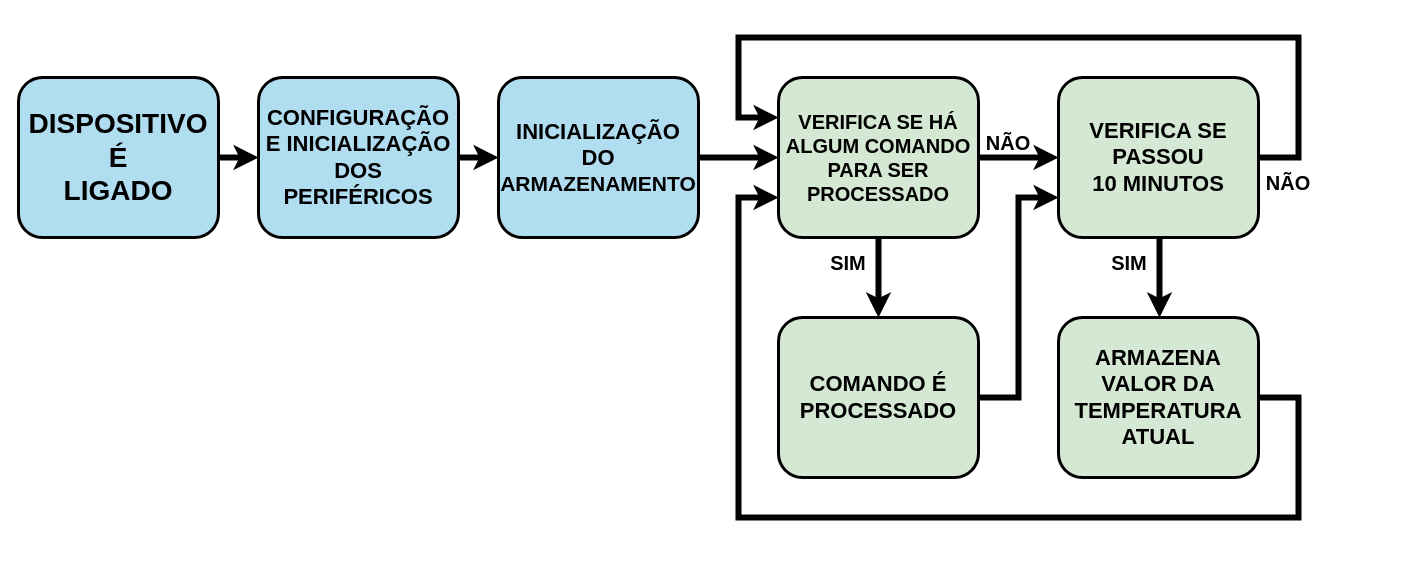
Earlier version of the draw.io diagram Imagens/fluxo_cod.drawio (slemanz/tcc-folder). Source tidied: cells renumbered, new cells numbered last; positions are measured from the earlier drawing's top-left corner, leaving out a move shared by most shapes. Both pictures are drawn from the tidied source at 100%, with x=0, y=0 at pixel (18, 37).
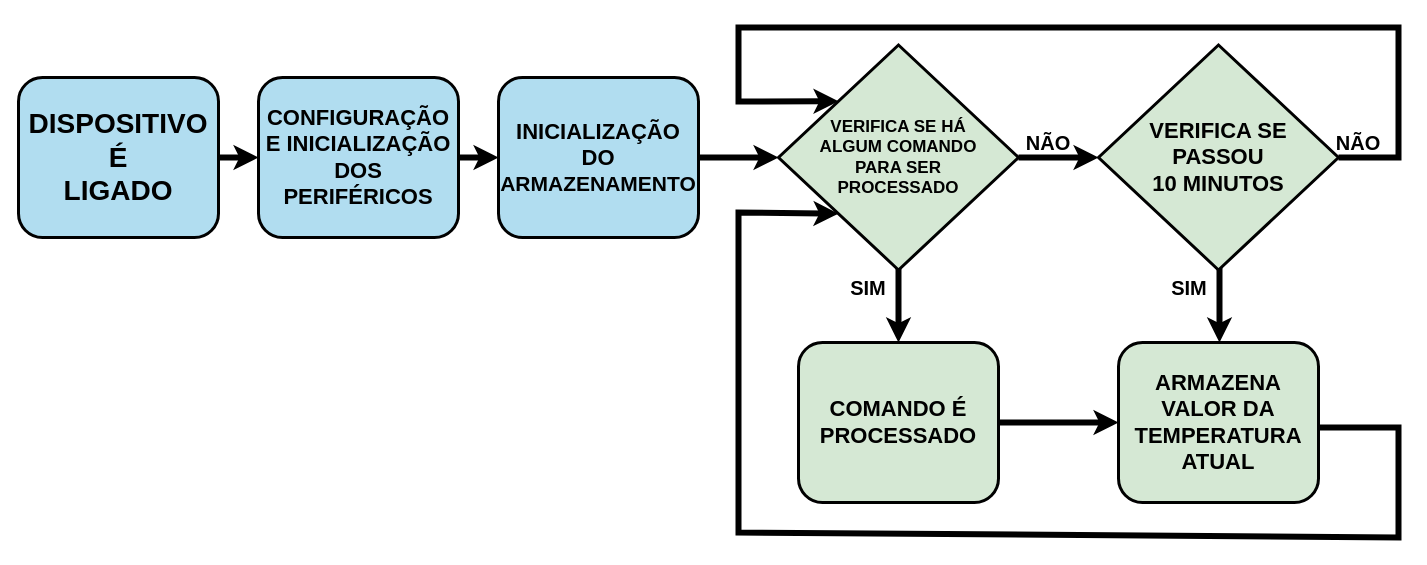
After the change.

Commit message (it also covers changes not shown here):
add fluxo cod 2

Unchanged cells that the change refers to:
```xml
<mxCell id="5" value="&lt;b style=&quot;&quot;&gt;&lt;font style=&quot;font-size: 22px;&quot;&gt;INICIALIZAÇÃO&lt;/font&gt;&lt;/b&gt;&lt;div&gt;&lt;b style=&quot;&quot;&gt;&lt;font style=&quot;font-size: 22px;&quot;&gt;DO &lt;/font&gt;&lt;font style=&quot;font-size: 21px;&quot;&gt;ARMAZENAMENTO&lt;/font&gt;&lt;/b&gt;&lt;/div&gt;" style="rounded=1;whiteSpace=wrap;html=1;fillColor=#b1ddf0;strokeColor=#000000;strokeWidth=3;" parent="1" vertex="1">
  <mxGeometry x="480" y="40" width="200" height="160" as="geometry" />
</mxCell>
```

Diff of the diagram source:
```diff
@@
-    <mxCell id="6" value="&lt;b style=&quot;&quot;&gt;&lt;font style=&quot;font-size: 20px;&quot;&gt;VERIFICA SE HÁ&lt;/font&gt;&lt;/b&gt;&lt;div&gt;&lt;b&gt;&lt;font style=&quot;font-size: 20px;&quot;&gt;ALGUM COMANDO&lt;/font&gt;&lt;/b&gt;&lt;/div&gt;&lt;div&gt;&lt;b style=&quot;&quot;&gt;&lt;font style=&quot;font-size: 20px;&quot;&gt;PARA SER PROCESSADO&lt;/font&gt;&lt;/b&gt;&lt;/div&gt;" style="rounded=1;whiteSpace=wrap;html=1;fillColor=#d5e8d4;strokeColor=#000000;strokeWidth=3;" parent="1" vertex="1">
-      <mxGeometry x="760" y="40" width="200" height="160" as="geometry" />
-    </mxCell>
@@
-    <mxCell id="8" value="&lt;b style=&quot;&quot;&gt;&lt;font style=&quot;font-size: 22px;&quot;&gt;VERIFICA SE PASSOU&lt;/font&gt;&lt;/b&gt;&lt;div&gt;&lt;b style=&quot;&quot;&gt;&lt;font style=&quot;font-size: 22px;&quot;&gt;10 MINUTOS&lt;/font&gt;&lt;/b&gt;&lt;/div&gt;" style="rounded=1;whiteSpace=wrap;html=1;fillColor=#d5e8d4;strokeColor=#000000;strokeWidth=3;" parent="1" vertex="1">
-      <mxGeometry x="1040" y="40" width="200" height="160" as="geometry" />
-    </mxCell>
     <mxCell id="9" value="&lt;span style=&quot;font-size: 22px;&quot;&gt;&lt;b&gt;COMANDO É&lt;/b&gt;&lt;/span&gt;&lt;div&gt;&lt;span style=&quot;font-size: 22px;&quot;&gt;&lt;b&gt;PROCESSADO&lt;/b&gt;&lt;/span&gt;&lt;/div&gt;" style="rounded=1;whiteSpace=wrap;html=1;fillColor=#d5e8d4;strokeColor=#000000;strokeWidth=3;" parent="1" vertex="1">
-      <mxGeometry x="760" y="280" width="200" height="160" as="geometry" />
+      <mxGeometry x="780" y="305" width="200" height="160" as="geometry" />
     </mxCell>
     <mxCell id="10" value="&lt;span style=&quot;font-size: 22px;&quot;&gt;&lt;b&gt;ARMAZENA&lt;/b&gt;&lt;/span&gt;&lt;div&gt;&lt;span style=&quot;font-size: 22px;&quot;&gt;&lt;b&gt;VALOR DA TEMPERATURA ATUAL&lt;/b&gt;&lt;/span&gt;&lt;/div&gt;" style="rounded=1;whiteSpace=wrap;html=1;fillColor=#d5e8d4;strokeColor=#000000;strokeWidth=3;" parent="1" vertex="1">
-      <mxGeometry x="1040" y="280" width="200" height="160" as="geometry" />
+      <mxGeometry x="1100" y="305" width="200" height="160" as="geometry" />
     </mxCell>
-    <mxCell id="11" style="endArrow=classic;html=1;rounded=0;exitX=1;exitY=0.5;exitDx=0;exitDy=0;entryX=0;entryY=0.5;entryDx=0;entryDy=0;endFill=1;strokeWidth=6;" parent="1" edge="1" source="5" target="6">
-      <mxGeometry relative="1" as="geometry" />
+    <mxCell id="11" style="endArrow=classic;html=1;rounded=0;exitX=1;exitY=0.5;exitDx=0;exitDy=0;entryX=0;entryY=0.5;entryDx=0;entryDy=0;endFill=1;strokeWidth=6;" parent="1" edge="1" source="5">
+      <mxGeometry relative="1" as="geometry">
+        <mxPoint x="760" y="120" as="targetPoint" />
+      </mxGeometry>
     </mxCell>
-    <mxCell id="12" style="endArrow=classic;html=1;rounded=0;exitX=0.5;exitY=1;exitDx=0;exitDy=0;entryX=0.5;entryY=0;entryDx=0;entryDy=0;endFill=1;strokeWidth=6;" parent="1" edge="1" source="6" target="9">
-      <mxGeometry relative="1" as="geometry" />
+    <mxCell id="12" style="endArrow=classic;html=1;rounded=0;exitX=0.5;exitY=1;exitDx=0;exitDy=0;entryX=0.5;entryY=0;entryDx=0;entryDy=0;endFill=1;strokeWidth=6;" parent="1" edge="1" target="9">
+      <mxGeometry relative="1" as="geometry">
+        <mxPoint x="880" y="225" as="sourcePoint" />
+      </mxGeometry>
     </mxCell>
-    <mxCell id="13" style="endArrow=classic;html=1;rounded=0;exitX=1;exitY=0.5;exitDx=0;exitDy=0;entryX=0;entryY=0.5;entryDx=0;entryDy=0;endFill=1;strokeWidth=6;" parent="1" edge="1" source="6" target="8">
-      <mxGeometry relative="1" as="geometry" />
+    <mxCell id="13" style="endArrow=classic;html=1;rounded=0;exitX=1;exitY=0.5;exitDx=0;exitDy=0;entryX=0;entryY=0.5;entryDx=0;entryDy=0;endFill=1;strokeWidth=6;" parent="1" edge="1" target="8">
+      <mxGeometry relative="1" as="geometry">
+        <mxPoint x="1000" y="120" as="sourcePoint" />
+      </mxGeometry>
     </mxCell>
     <mxCell id="14" value="&lt;b&gt;&lt;font style=&quot;font-size: 20px;&quot;&gt;SIM&lt;/font&gt;&lt;/b&gt;" style="text;html=1;align=center;verticalAlign=middle;whiteSpace=wrap;rounded=0;" parent="1" vertex="1">
-      <mxGeometry x="800" y="210" width="60" height="30" as="geometry" />
+      <mxGeometry x="820" y="235" width="60" height="30" as="geometry" />
     </mxCell>
     <mxCell id="15" value="&lt;b&gt;&lt;font style=&quot;font-size: 20px;&quot;&gt;NÃO&lt;/font&gt;&lt;/b&gt;" style="text;html=1;align=center;verticalAlign=middle;whiteSpace=wrap;rounded=0;" parent="1" vertex="1">
-      <mxGeometry x="960" y="90" width="60" height="30" as="geometry" />
+      <mxGeometry x="1000" y="90" width="60" height="30" as="geometry" />
     </mxCell>
@@
     <mxCell id="17" style="endArrow=classic;html=1;rounded=0;exitX=0.5;exitY=1;exitDx=0;exitDy=0;entryX=0.5;entryY=0;entryDx=0;entryDy=0;endFill=1;strokeWidth=6;" parent="1" edge="1">
       <mxGeometry relative="1" as="geometry">
-        <mxPoint x="1141" y="200" as="sourcePoint" />
-        <mxPoint x="1141" y="280" as="targetPoint" />
+        <mxPoint x="1201" y="225" as="sourcePoint" />
+        <mxPoint x="1201" y="305" as="targetPoint" />
       </mxGeometry>
     </mxCell>
     <mxCell id="18" value="&lt;b&gt;&lt;font style=&quot;font-size: 20px;&quot;&gt;SIM&lt;/font&gt;&lt;/b&gt;" style="text;html=1;align=center;verticalAlign=middle;whiteSpace=wrap;rounded=0;" parent="1" vertex="1">
-      <mxGeometry x="1081" y="210" width="60" height="30" as="geometry" />
+      <mxGeometry x="1141" y="235" width="60" height="30" as="geometry" />
     </mxCell>
-    <mxCell id="19" style="endArrow=classic;html=1;rounded=0;exitX=1;exitY=0.5;exitDx=0;exitDy=0;endFill=1;strokeWidth=6;entryX=0;entryY=0.75;entryDx=0;entryDy=0;" parent="1" edge="1" source="9" target="8">
-      <mxGeometry relative="1" as="geometry">
-        <Array as="points">
-          <mxPoint x="1000" y="360" />
-          <mxPoint x="1000" y="160" />
-        </Array>
-      </mxGeometry>
+    <mxCell id="19" style="endArrow=classic;html=1;rounded=0;exitX=1;exitY=0.5;exitDx=0;exitDy=0;endFill=1;strokeWidth=6;entryX=0;entryY=0.5;entryDx=0;entryDy=0;" parent="1" edge="1" source="9" target="10">
+      <mxGeometry relative="1" as="geometry" />
     </mxCell>
-    <mxCell id="20" style="endArrow=classic;html=1;rounded=0;exitX=1;exitY=0.5;exitDx=0;exitDy=0;endFill=1;strokeWidth=6;entryX=0;entryY=0.75;entryDx=0;entryDy=0;" parent="1" edge="1" source="10" target="6">
+    <mxCell id="20" style="endArrow=classic;html=1;rounded=0;endFill=1;strokeWidth=6;entryX=0;entryY=1;entryDx=0;entryDy=0;" parent="1" edge="1" target="6">
       <mxGeometry relative="1" as="geometry">
+        <mxPoint x="1330" y="390" as="sourcePoint" />
         <Array as="points">
-          <mxPoint x="1280" y="360" />
-          <mxPoint x="1280" y="480" />
-          <mxPoint x="720" y="480" />
-          <mxPoint x="720" y="160" />
+          <mxPoint x="1300" y="390" />
+          <mxPoint x="1380" y="390" />
+          <mxPoint x="1380" y="500" />
+          <mxPoint x="720" y="495" />
+          <mxPoint x="720" y="175" />
         </Array>
       </mxGeometry>
     </mxCell>
-    <mxCell id="21" style="endArrow=classic;html=1;rounded=0;exitX=1;exitY=0.5;exitDx=0;exitDy=0;endFill=1;strokeWidth=6;entryX=0;entryY=0.25;entryDx=0;entryDy=0;" parent="1" edge="1" source="8" target="6">
+    <mxCell id="21" style="endArrow=classic;html=1;rounded=0;exitX=1;exitY=0.5;exitDx=0;exitDy=0;endFill=1;strokeWidth=6;entryX=0;entryY=0;entryDx=0;entryDy=0;" parent="1" edge="1" source="8" target="6">
       <mxGeometry relative="1" as="geometry">
         <Array as="points">
-          <mxPoint x="1280" y="120" />
-          <mxPoint x="1280" />
-          <mxPoint x="720" />
-          <mxPoint x="720" y="80" />
+          <mxPoint x="1380" y="120" />
+          <mxPoint x="1380" y="-10" />
+          <mxPoint x="720" y="-10" />
+          <mxPoint x="720" y="64" />
         </Array>
       </mxGeometry>
     </mxCell>
     <mxCell id="22" value="&lt;b&gt;&lt;font style=&quot;font-size: 20px;&quot;&gt;NÃO&lt;/font&gt;&lt;/b&gt;" style="text;html=1;align=center;verticalAlign=middle;whiteSpace=wrap;rounded=0;" parent="1" vertex="1">
-      <mxGeometry x="1240" y="130" width="60" height="30" as="geometry" />
+      <mxGeometry x="1310" y="90" width="60" height="30" as="geometry" />
     </mxCell>
+    <mxCell id="6" value="&lt;font style=&quot;font-size: 17px;&quot;&gt;&lt;b&gt;VERIFICA SE HÁ&lt;/b&gt;&lt;/font&gt;&lt;div&gt;&lt;font style=&quot;font-size: 17px;&quot;&gt;&lt;b&gt;ALGUM COMANDO&lt;/b&gt;&lt;/font&gt;&lt;/div&gt;&lt;div&gt;&lt;font style=&quot;font-size: 17px;&quot;&gt;&lt;b&gt;PARA SER&lt;/b&gt;&lt;/font&gt;&lt;/div&gt;&lt;div&gt;&lt;font style=&quot;font-size: 17px;&quot;&gt;&lt;b&gt;PROCESSADO&lt;/b&gt;&lt;/font&gt;&lt;/div&gt;" style="rhombus;whiteSpace=wrap;html=1;fillColor=#d5e8d4;strokeColor=#000000;strokeWidth=3;" parent="1" vertex="1">
+      <mxGeometry x="760" y="7.5" width="240" height="225" as="geometry" />
+    </mxCell>
+    <mxCell id="8" value="&lt;b style=&quot;&quot;&gt;&lt;font style=&quot;font-size: 22px;&quot;&gt;VERIFICA SE&lt;/font&gt;&lt;/b&gt;&lt;div&gt;&lt;b&gt;&lt;font style=&quot;font-size: 22px;&quot;&gt;PASSOU&lt;/font&gt;&lt;/b&gt;&lt;/div&gt;&lt;div&gt;&lt;b style=&quot;&quot;&gt;&lt;font style=&quot;font-size: 22px;&quot;&gt;10 MINUTOS&lt;/font&gt;&lt;/b&gt;&lt;/div&gt;" style="rhombus;whiteSpace=wrap;html=1;fillColor=#d5e8d4;strokeColor=#000000;strokeWidth=3;" parent="1" vertex="1">
+      <mxGeometry x="1080" y="7.5" width="240" height="225" as="geometry" />
+    </mxCell>
```
